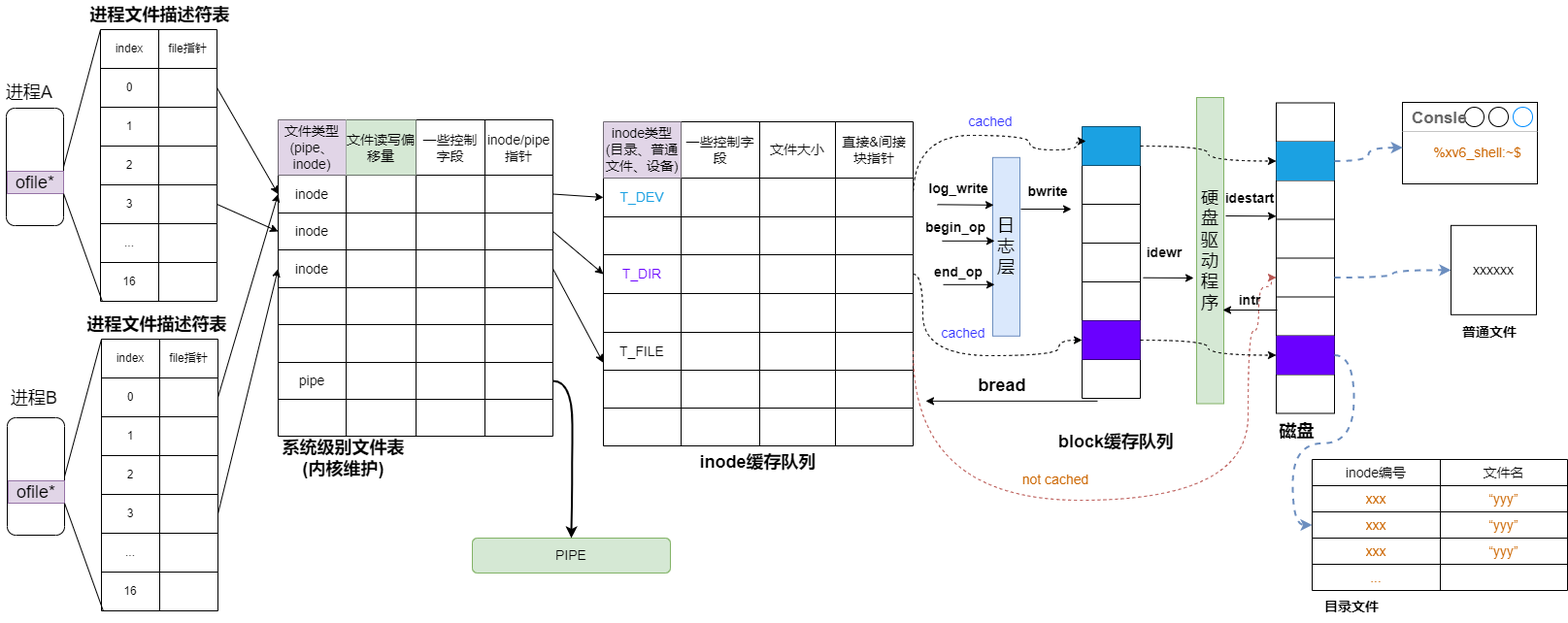
The draw.io diagram OS/xv6_文件系统_总图.drawio.png in SixPlusAndTimes/drawio, before a commit. Source tidied: cells renumbered, new cells last; positions are measured from the earlier drawing's top-left corner, leaving out a move shared by most shapes.
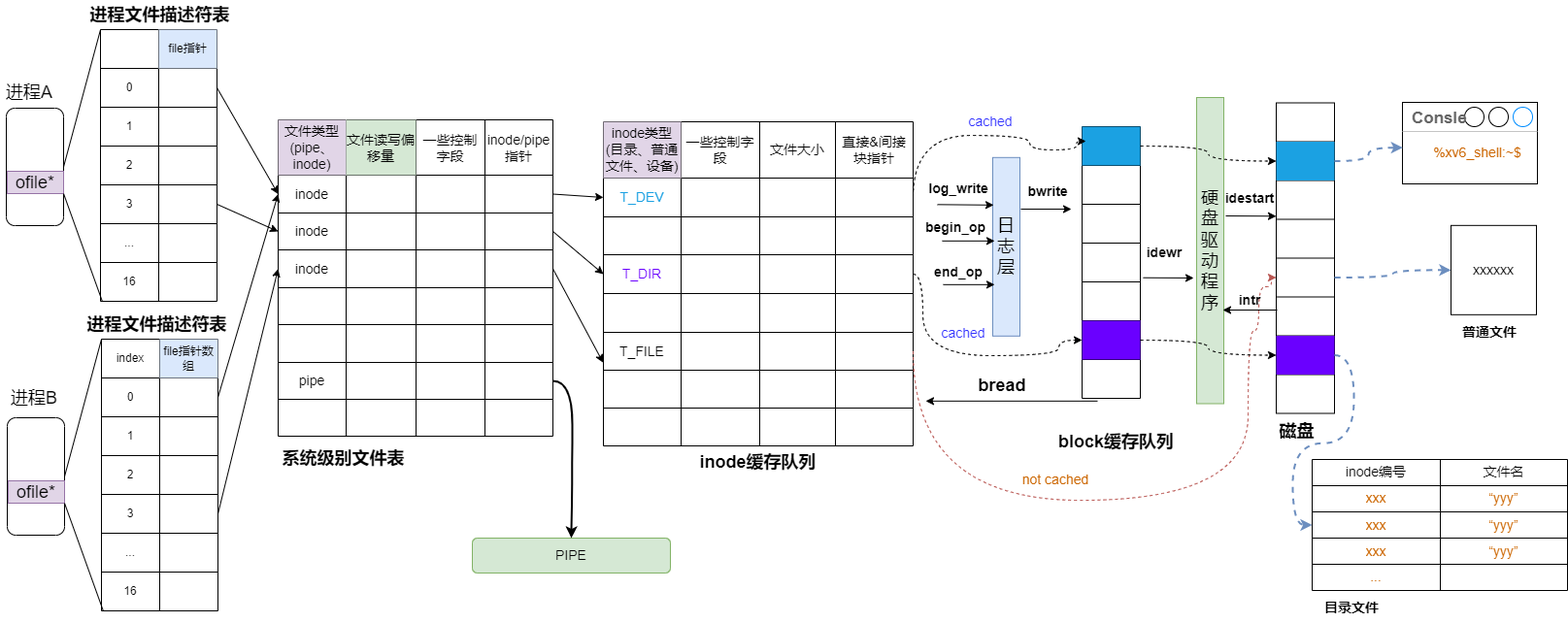
After the commit.

Commit message:
更新xv6_文件系统_总图.drawio.png

The edit, as a diff of the source:
```diff
@@ -5,16 +5,16 @@
     <mxCell id="2" style="rounded=1;whiteSpace=wrap;html=1;" parent="1" vertex="1">
       <mxGeometry x="6" y="111" width="59" height="121" as="geometry" />
     </mxCell>
-    <mxCell id="3" style="shape=table;startSize=0;" parent="1" vertex="1">
+    <mxCell id="3" style="shape=table;startSize=0;strokeColor=default;" parent="1" vertex="1">
       <mxGeometry x="103" y="30" width="120" height="280" as="geometry" />
     </mxCell>
     <mxCell id="4" style="shape=tableRow;horizontal=0;startSize=0;swimlaneHead=0;swimlaneBody=0;top=0;left=0;bottom=0;right=0;fillColor=none;points=[[0,0.5],[1,0.5]];portConstraint=eastwest;" parent="3" vertex="1">
       <mxGeometry width="120" height="40" as="geometry" />
     </mxCell>
-    <mxCell id="5" value="index" style="shape=partialRectangle;html=1;whiteSpace=wrap;overflow=hidden;fillColor=none;top=0;left=0;bottom=0;right=0;" parent="4" vertex="1">
+    <mxCell id="5" style="shape=partialRectangle;html=1;whiteSpace=wrap;overflow=hidden;fillColor=none;top=0;left=0;bottom=0;right=0;strokeColor=default;" parent="4" vertex="1">
       <mxGeometry width="60" height="40" as="geometry" />
     </mxCell>
-    <mxCell id="6" value="file指针" style="shape=partialRectangle;html=1;whiteSpace=wrap;overflow=hidden;fillColor=none;top=0;left=0;bottom=0;right=0;" parent="4" vertex="1">
+    <mxCell id="6" value="file指针" style="shape=partialRectangle;html=1;whiteSpace=wrap;overflow=hidden;fillColor=#dae8fc;top=0;left=0;bottom=0;right=0;strokeColor=#6c8ebf;" parent="4" vertex="1">
       <mxGeometry x="60" width="60" height="40" as="geometry" />
     </mxCell>
     <mxCell id="7" style="shape=tableRow;horizontal=0;startSize=0;swimlaneHead=0;swimlaneBody=0;top=0;left=0;bottom=0;right=0;fillColor=none;points=[[0,0.5],[1,0.5]];portConstraint=eastwest;" parent="3" vertex="1">
@@ -194,7 +194,7 @@
     <mxCell id="65" style="shape=partialRectangle;html=1;whiteSpace=wrap;overflow=hidden;fillColor=none;top=0;left=0;bottom=0;right=0;fontSize=14;" parent="61" vertex="1">
       <mxGeometry x="213" width="70" height="38" as="geometry" />
     </mxCell>
-    <mxCell id="66" value="&lt;font style=&quot;font-size: 18px;&quot;&gt;&lt;b&gt;系统级别文件表(内核维护)&lt;/b&gt;&lt;/font&gt;" style="text;html=1;strokeColor=none;fillColor=none;align=center;verticalAlign=middle;whiteSpace=wrap;rounded=0;" parent="1" vertex="1">
+    <mxCell id="66" value="&lt;font style=&quot;font-size: 18px;&quot;&gt;&lt;b&gt;系统级别文件表&lt;/b&gt;&lt;/font&gt;" style="text;html=1;strokeColor=none;fillColor=none;align=center;verticalAlign=middle;whiteSpace=wrap;rounded=0;" parent="1" vertex="1">
       <mxGeometry x="286" y="455" width="135" height="34" as="geometry" />
     </mxCell>
     <mxCell id="67" value="&lt;font style=&quot;font-size: 18px;&quot;&gt;&lt;b&gt;inode缓存队列&lt;/b&gt;&lt;/font&gt;" style="text;html=1;strokeColor=none;fillColor=none;align=center;verticalAlign=middle;whiteSpace=wrap;rounded=0;" parent="1" vertex="1">
@@ -458,7 +458,7 @@
     <mxCell id="153" value="index" style="shape=partialRectangle;html=1;whiteSpace=wrap;overflow=hidden;fillColor=none;top=0;left=0;bottom=0;right=0;" parent="152" vertex="1">
       <mxGeometry width="60" height="40" as="geometry" />
     </mxCell>
-    <mxCell id="154" value="file指针" style="shape=partialRectangle;html=1;whiteSpace=wrap;overflow=hidden;fillColor=none;top=0;left=0;bottom=0;right=0;" parent="152" vertex="1">
+    <mxCell id="154" value="file指针数组" style="shape=partialRectangle;html=1;whiteSpace=wrap;overflow=hidden;fillColor=#dae8fc;top=0;left=0;bottom=0;right=0;strokeColor=#6c8ebf;" parent="152" vertex="1">
       <mxGeometry x="60" width="60" height="40" as="geometry" />
     </mxCell>
     <mxCell id="155" style="shape=tableRow;horizontal=0;startSize=0;swimlaneHead=0;swimlaneBody=0;top=0;left=0;bottom=0;right=0;fillColor=none;points=[[0,0.5],[1,0.5]];portConstraint=eastwest;" parent="151" vertex="1">
```
